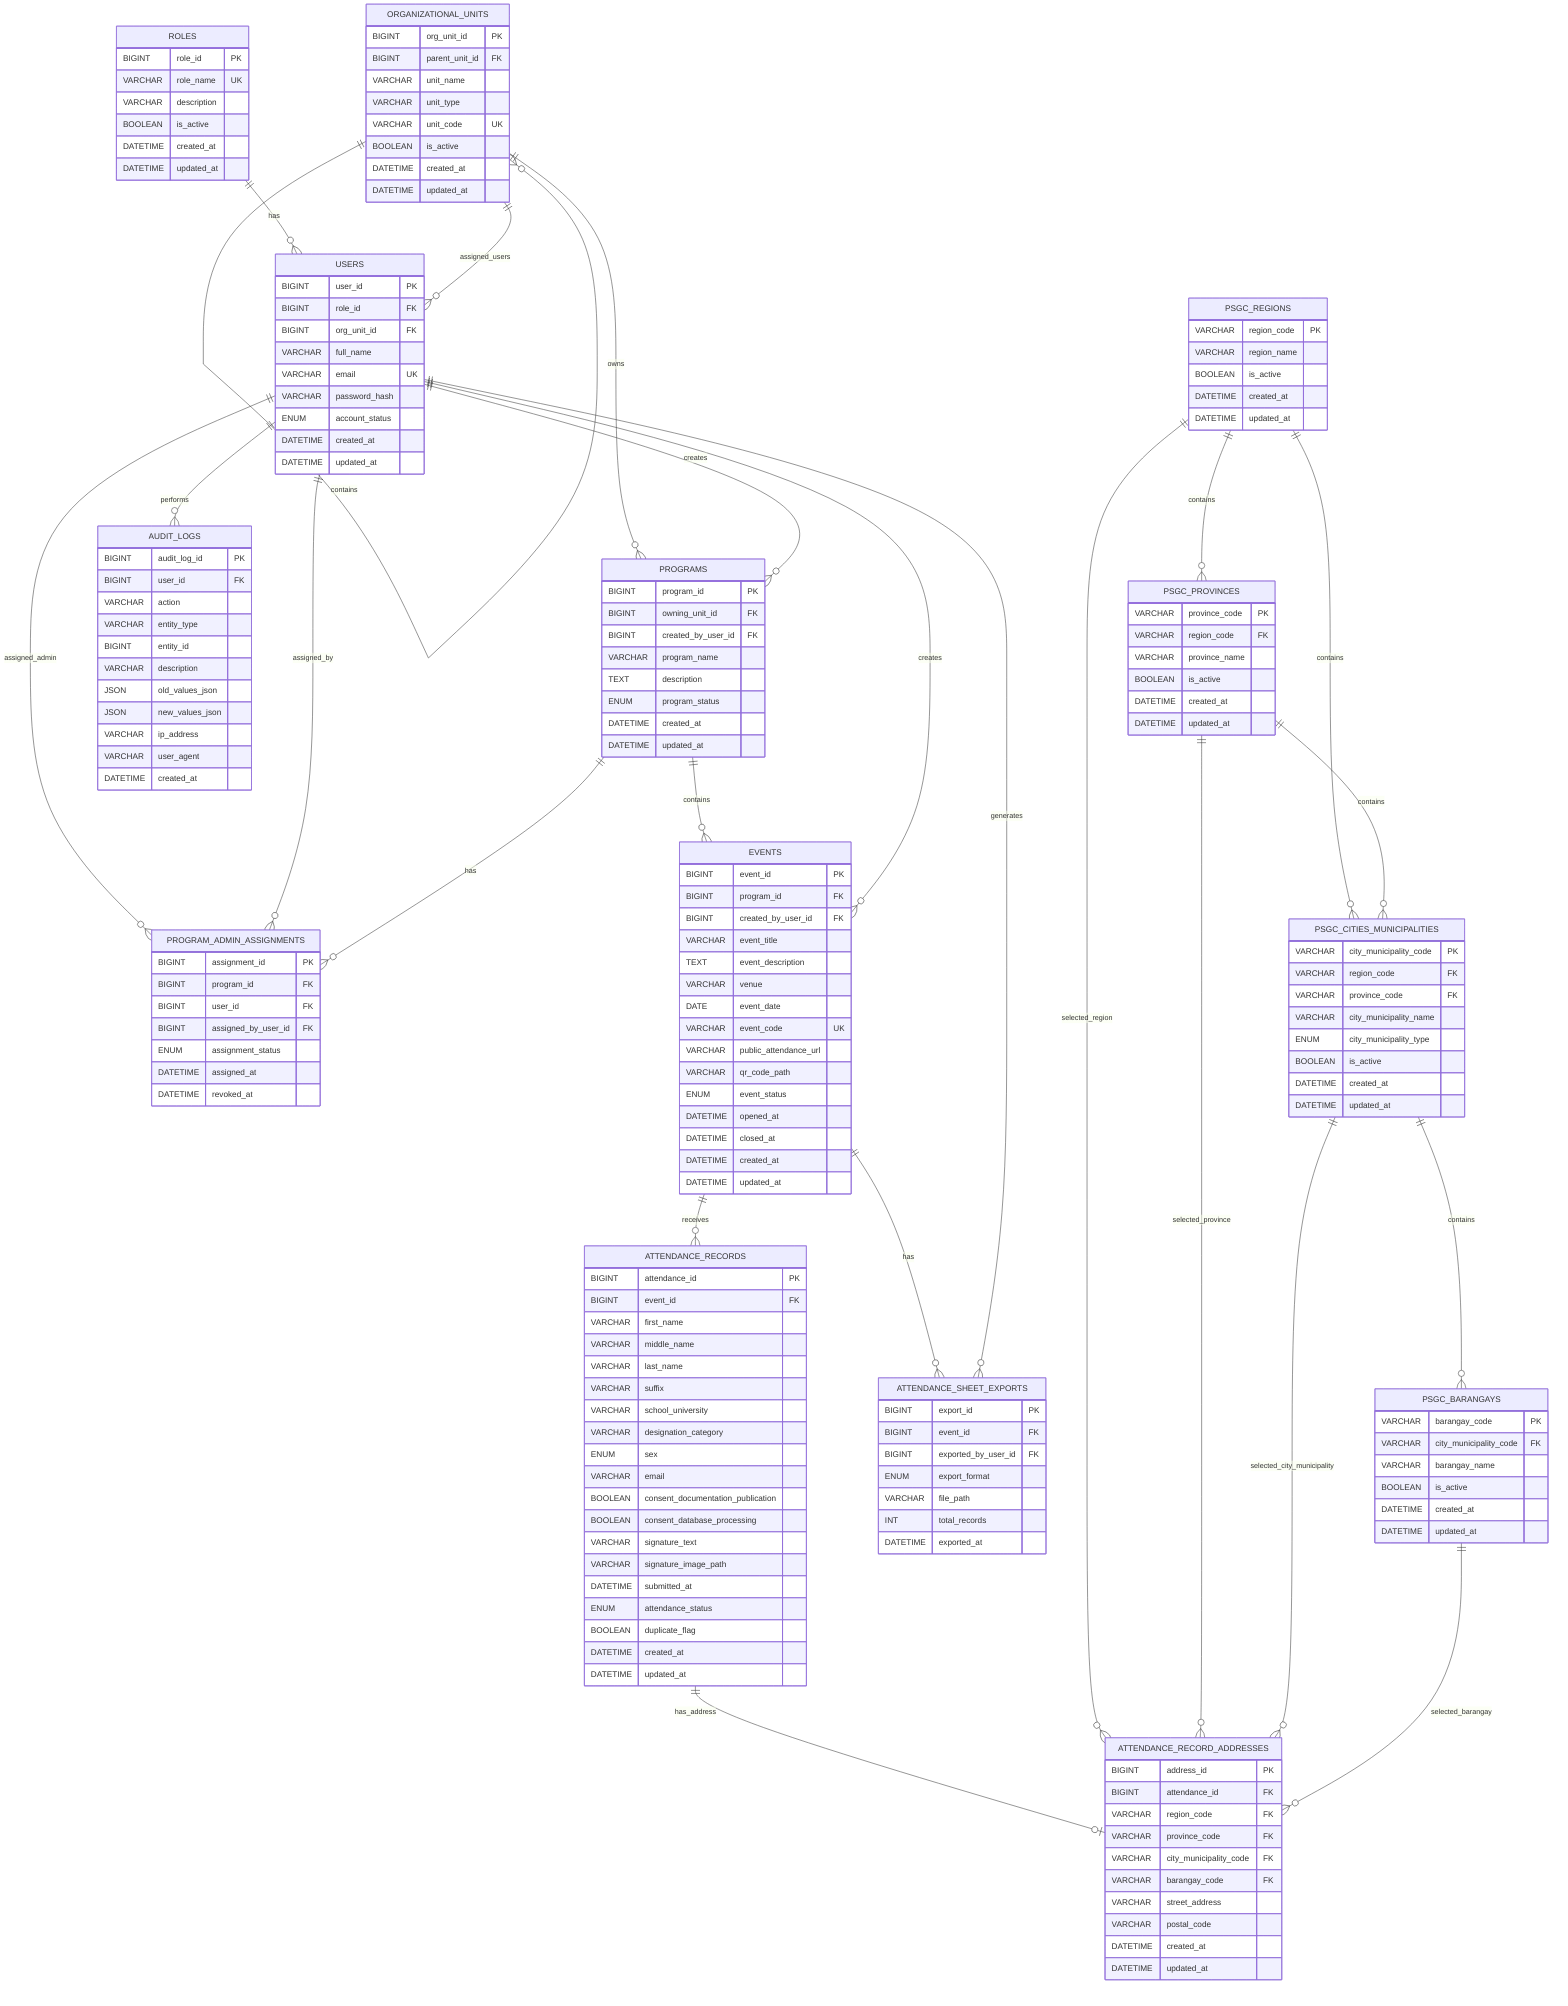
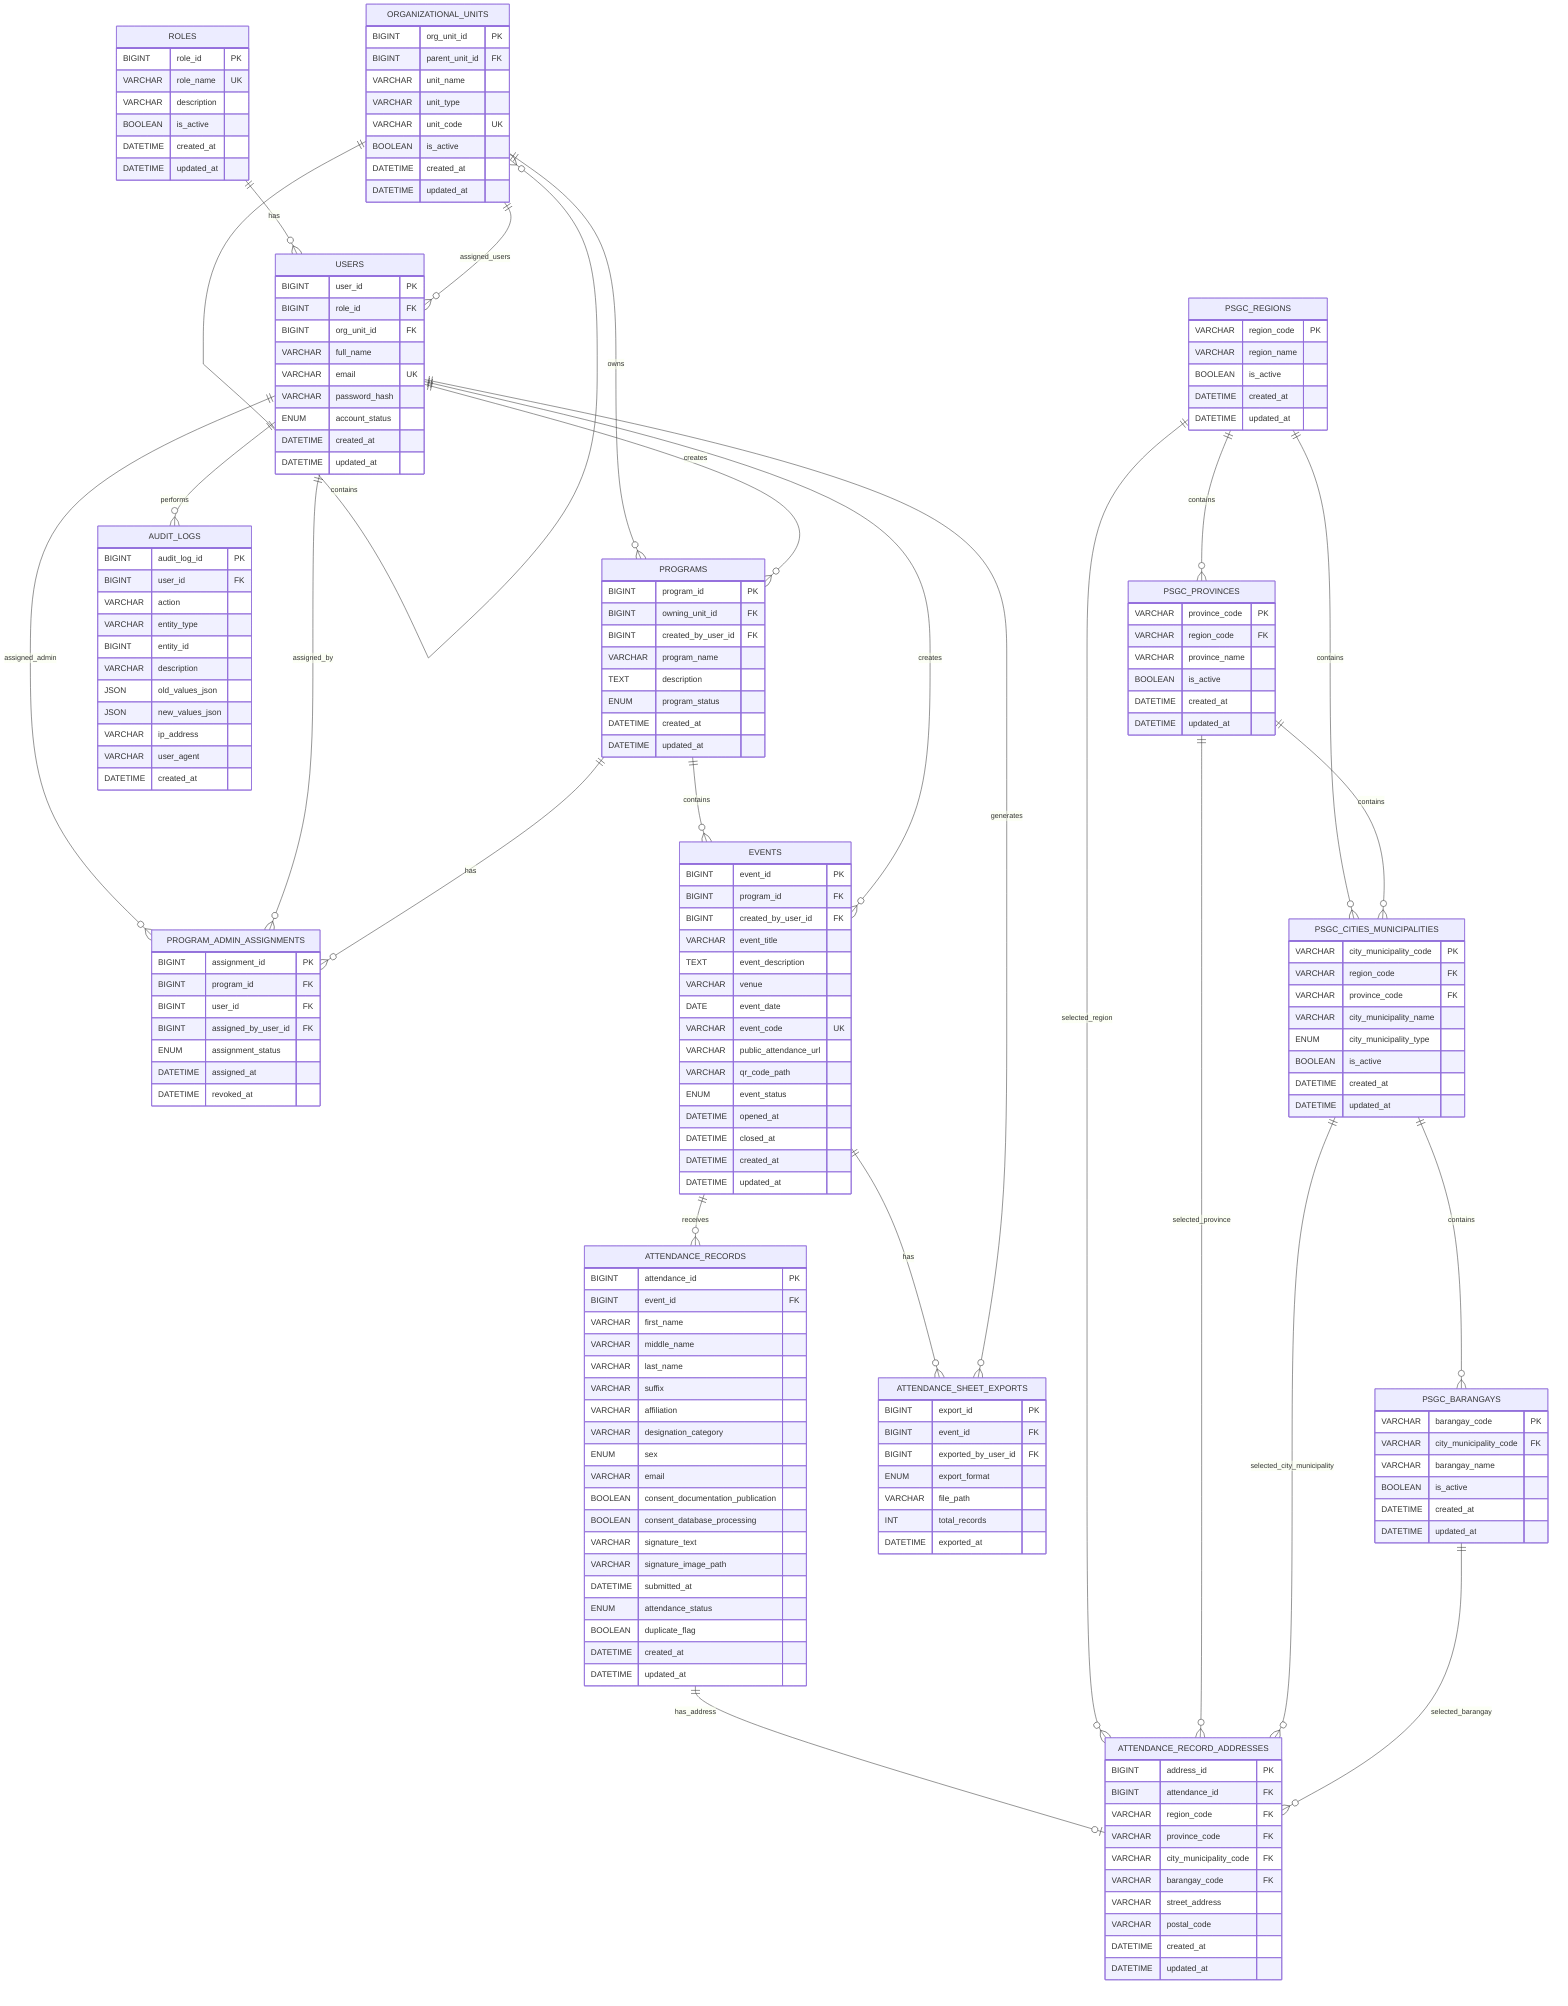
erDiagram
  ROLES ||--o{ USERS : has
  ORGANIZATIONAL_UNITS ||--o{ ORGANIZATIONAL_UNITS : contains
  ORGANIZATIONAL_UNITS ||--o{ USERS : assigned_users
  ORGANIZATIONAL_UNITS ||--o{ PROGRAMS : owns
  USERS ||--o{ PROGRAMS : creates
  USERS ||--o{ PROGRAM_ADMIN_ASSIGNMENTS : assigned_admin
  USERS ||--o{ PROGRAM_ADMIN_ASSIGNMENTS : assigned_by
  PROGRAMS ||--o{ PROGRAM_ADMIN_ASSIGNMENTS : has
  PROGRAMS ||--o{ EVENTS : contains
  USERS ||--o{ EVENTS : creates
  EVENTS ||--o{ ATTENDANCE_RECORDS : receives
  ATTENDANCE_RECORDS ||--o| ATTENDANCE_RECORD_ADDRESSES : has_address
  EVENTS ||--o{ ATTENDANCE_SHEET_EXPORTS : has
  USERS ||--o{ ATTENDANCE_SHEET_EXPORTS : generates
  USERS ||--o{ AUDIT_LOGS : performs
  PSGC_REGIONS ||--o{ PSGC_PROVINCES : contains
  PSGC_REGIONS ||--o{ PSGC_CITIES_MUNICIPALITIES : contains
  PSGC_PROVINCES ||--o{ PSGC_CITIES_MUNICIPALITIES : contains
  PSGC_CITIES_MUNICIPALITIES ||--o{ PSGC_BARANGAYS : contains
  PSGC_REGIONS ||--o{ ATTENDANCE_RECORD_ADDRESSES : selected_region
  PSGC_PROVINCES ||--o{ ATTENDANCE_RECORD_ADDRESSES : selected_province
  PSGC_CITIES_MUNICIPALITIES ||--o{ ATTENDANCE_RECORD_ADDRESSES : selected_city_municipality
  PSGC_BARANGAYS ||--o{ ATTENDANCE_RECORD_ADDRESSES : selected_barangay

  ROLES {
    BIGINT role_id PK
    VARCHAR role_name UK
    VARCHAR description
    BOOLEAN is_active
    DATETIME created_at
    DATETIME updated_at
  }

  USERS {
    BIGINT user_id PK
    BIGINT role_id FK
    BIGINT org_unit_id FK
    VARCHAR full_name
    VARCHAR email UK
    VARCHAR password_hash
    ENUM account_status
    DATETIME created_at
    DATETIME updated_at
  }

  ORGANIZATIONAL_UNITS {
    BIGINT org_unit_id PK
    BIGINT parent_unit_id FK
    VARCHAR unit_name
    VARCHAR unit_type
    VARCHAR unit_code UK
    BOOLEAN is_active
    DATETIME created_at
    DATETIME updated_at
  }

  PROGRAMS {
    BIGINT program_id PK
    BIGINT owning_unit_id FK
    BIGINT created_by_user_id FK
    VARCHAR program_name
    TEXT description
    ENUM program_status
    DATETIME created_at
    DATETIME updated_at
  }

  PROGRAM_ADMIN_ASSIGNMENTS {
    BIGINT assignment_id PK
    BIGINT program_id FK
    BIGINT user_id FK
    BIGINT assigned_by_user_id FK
    ENUM assignment_status
    DATETIME assigned_at
    DATETIME revoked_at
  }

  EVENTS {
    BIGINT event_id PK
    BIGINT program_id FK
    BIGINT created_by_user_id FK
    VARCHAR event_title
    TEXT event_description
    VARCHAR venue
    DATE event_date
    VARCHAR event_code UK
    VARCHAR public_attendance_url
    VARCHAR qr_code_path
    ENUM event_status
    DATETIME opened_at
    DATETIME closed_at
    DATETIME created_at
    DATETIME updated_at
  }

  ATTENDANCE_RECORDS {
    BIGINT attendance_id PK
    BIGINT event_id FK
    VARCHAR first_name
    VARCHAR middle_name
    VARCHAR last_name
    VARCHAR suffix
-     VARCHAR school_university
+     VARCHAR affiliation
    VARCHAR designation_category
    ENUM sex
    VARCHAR email
    BOOLEAN consent_documentation_publication
    BOOLEAN consent_database_processing
    VARCHAR signature_text
    VARCHAR signature_image_path
    DATETIME submitted_at
    ENUM attendance_status
    BOOLEAN duplicate_flag
    DATETIME created_at
    DATETIME updated_at
  }

  ATTENDANCE_RECORD_ADDRESSES {
    BIGINT address_id PK
    BIGINT attendance_id FK
    VARCHAR region_code FK
    VARCHAR province_code FK
    VARCHAR city_municipality_code FK
    VARCHAR barangay_code FK
    VARCHAR street_address
    VARCHAR postal_code
    DATETIME created_at
    DATETIME updated_at
  }

  ATTENDANCE_SHEET_EXPORTS {
    BIGINT export_id PK
    BIGINT event_id FK
    BIGINT exported_by_user_id FK
    ENUM export_format
    VARCHAR file_path
    INT total_records
    DATETIME exported_at
  }

  AUDIT_LOGS {
    BIGINT audit_log_id PK
    BIGINT user_id FK
    VARCHAR action
    VARCHAR entity_type
    BIGINT entity_id
    VARCHAR description
    JSON old_values_json
    JSON new_values_json
    VARCHAR ip_address
    VARCHAR user_agent
    DATETIME created_at
  }

  PSGC_REGIONS {
    VARCHAR region_code PK
    VARCHAR region_name
    BOOLEAN is_active
    DATETIME created_at
    DATETIME updated_at
  }

  PSGC_PROVINCES {
    VARCHAR province_code PK
    VARCHAR region_code FK
    VARCHAR province_name
    BOOLEAN is_active
    DATETIME created_at
    DATETIME updated_at
  }

  PSGC_CITIES_MUNICIPALITIES {
    VARCHAR city_municipality_code PK
    VARCHAR region_code FK
    VARCHAR province_code FK
    VARCHAR city_municipality_name
    ENUM city_municipality_type
    BOOLEAN is_active
    DATETIME created_at
    DATETIME updated_at
  }

  PSGC_BARANGAYS {
    VARCHAR barangay_code PK
    VARCHAR city_municipality_code FK
    VARCHAR barangay_name
    BOOLEAN is_active
    DATETIME created_at
    DATETIME updated_at
  }
